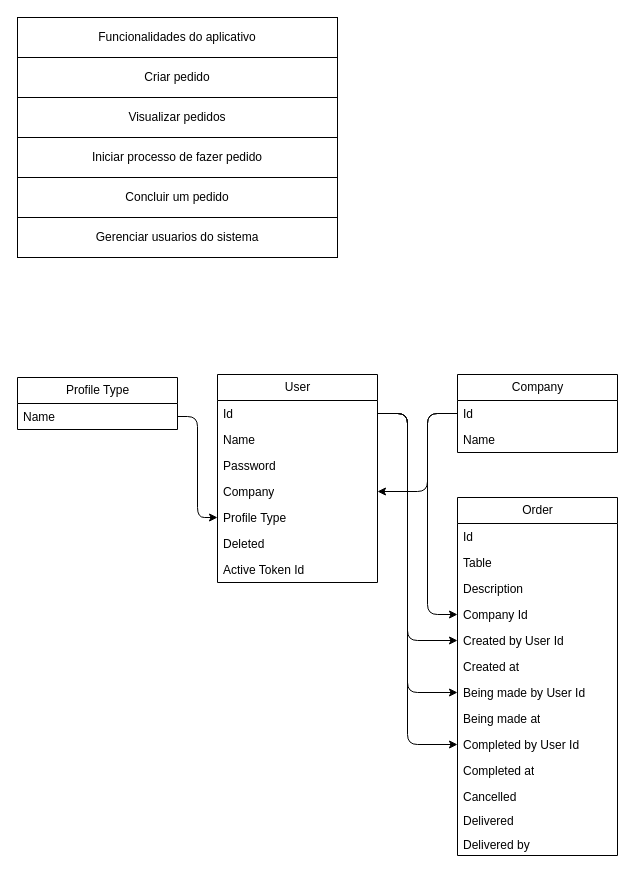
The draw.io diagram documentation.drawio in TakedaGalaxy/university-dm-order-manager, before the edit. Source tidied: cells renumbered, new cells numbered last; positions are measured from the earlier drawing's top-left corner, leaving out a move shared by most shapes. Both pictures are drawn from the tidied source at 100%, with x=0, y=0 at pixel (17, 17).
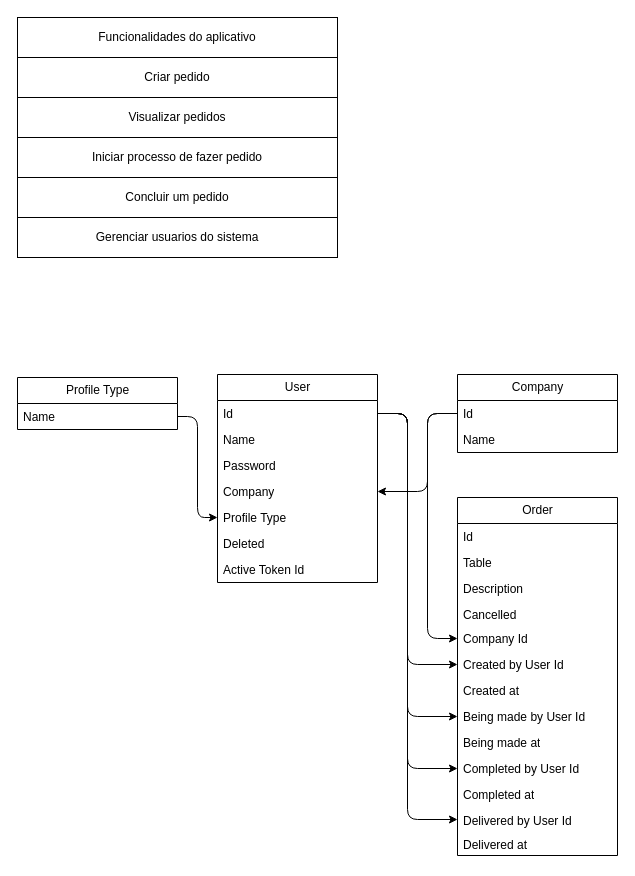
After the change.

Commit message (it also covers changes not shown here):
Adicionado esquema do banco de dados

The change refers to these unchanged cells:
```xml
<mxCell id="9" value="Id" style="text;strokeColor=none;fillColor=none;align=left;verticalAlign=top;spacingLeft=4;spacingRight=4;overflow=hidden;points=[[0,0.5],[1,0.5]];portConstraint=eastwest;whiteSpace=wrap;html=1;" parent="8" vertex="1">
  <mxGeometry y="26" width="160" height="26" as="geometry" />
</mxCell>
<mxCell id="16" value="Order" style="swimlane;fontStyle=0;horizontal=1;startSize=26;fillColor=none;html=1;" parent="1" vertex="1">
  <mxGeometry x="440" y="480" width="160" height="358" as="geometry" />
</mxCell>
<mxCell id="31" value="Id" style="text;strokeColor=none;fillColor=none;align=left;verticalAlign=top;spacingLeft=4;spacingRight=4;overflow=hidden;points=[[0,0.5],[1,0.5]];portConstraint=eastwest;whiteSpace=wrap;html=1;" parent="30" vertex="1">
  <mxGeometry y="26" width="160" height="26" as="geometry" />
</mxCell>
```

What changed in the source:
```diff
@@
+    <mxCell id="27" value="Cancelled" style="text;strokeColor=none;fillColor=none;align=left;verticalAlign=top;spacingLeft=4;spacingRight=4;overflow=hidden;whiteSpace=wrap;html=1;" parent="16" vertex="1">
+      <mxGeometry y="104" width="160" height="24" as="geometry" />
+    </mxCell>
     <mxCell id="20" value="Company Id" style="text;strokeColor=none;fillColor=none;align=left;verticalAlign=top;spacingLeft=4;spacingRight=4;overflow=hidden;points=[[0,0.5],[1,0.5]];portConstraint=eastwest;whiteSpace=wrap;html=1;" parent="16" vertex="1">
-      <mxGeometry y="104" width="160" height="26" as="geometry" />
+      <mxGeometry y="128" width="160" height="26" as="geometry" />
     </mxCell>
     <mxCell id="21" value="Created by User Id" style="text;strokeColor=none;fillColor=none;align=left;verticalAlign=top;spacingLeft=4;spacingRight=4;overflow=hidden;points=[[0,0.5],[1,0.5]];portConstraint=eastwest;whiteSpace=wrap;html=1;" parent="16" vertex="1">
-      <mxGeometry y="130" width="160" height="26" as="geometry" />
+      <mxGeometry y="154" width="160" height="26" as="geometry" />
     </mxCell>
     <mxCell id="22" value="Created at" style="text;strokeColor=none;fillColor=none;align=left;verticalAlign=top;spacingLeft=4;spacingRight=4;overflow=hidden;whiteSpace=wrap;html=1;" parent="16" vertex="1">
-      <mxGeometry y="156" width="160" height="26" as="geometry" />
+      <mxGeometry y="180" width="160" height="26" as="geometry" />
     </mxCell>
     <mxCell id="23" value="Being made by User Id" style="text;strokeColor=none;fillColor=none;align=left;verticalAlign=top;spacingLeft=4;spacingRight=4;overflow=hidden;points=[[0,0.5],[1,0.5]];portConstraint=eastwest;whiteSpace=wrap;html=1;" parent="16" vertex="1">
-      <mxGeometry y="182" width="160" height="26" as="geometry" />
+      <mxGeometry y="206" width="160" height="26" as="geometry" />
     </mxCell>
     <mxCell id="24" value="Being made at" style="text;strokeColor=none;fillColor=none;align=left;verticalAlign=top;spacingLeft=4;spacingRight=4;overflow=hidden;whiteSpace=wrap;html=1;" parent="16" vertex="1">
-      <mxGeometry y="208" width="160" height="26" as="geometry" />
+      <mxGeometry y="232" width="160" height="26" as="geometry" />
     </mxCell>
     <mxCell id="25" value="Completed by User Id" style="text;strokeColor=none;fillColor=none;align=left;verticalAlign=top;spacingLeft=4;spacingRight=4;overflow=hidden;points=[[0,0.5],[1,0.5]];portConstraint=eastwest;whiteSpace=wrap;html=1;" parent="16" vertex="1">
-      <mxGeometry y="234" width="160" height="26" as="geometry" />
+      <mxGeometry y="258" width="160" height="26" as="geometry" />
     </mxCell>
     <mxCell id="26" value="Completed at" style="text;strokeColor=none;fillColor=none;align=left;verticalAlign=top;spacingLeft=4;spacingRight=4;overflow=hidden;whiteSpace=wrap;html=1;" parent="16" vertex="1">
-      <mxGeometry y="260" width="160" height="26" as="geometry" />
+      <mxGeometry y="284" width="160" height="26" as="geometry" />
     </mxCell>
-    <mxCell id="27" value="Cancelled" style="text;strokeColor=none;fillColor=none;align=left;verticalAlign=top;spacingLeft=4;spacingRight=4;overflow=hidden;whiteSpace=wrap;html=1;" parent="16" vertex="1">
-      <mxGeometry y="286" width="160" height="24" as="geometry" />
-    </mxCell>
+    <mxCell id="29" value="Delivered by User Id" style="text;strokeColor=none;fillColor=none;align=left;verticalAlign=top;spacingLeft=4;spacingRight=4;overflow=hidden;points=[[0,0.5],[1,0.5]];portConstraint=eastwest;whiteSpace=wrap;html=1;" parent="16" vertex="1">
+      <mxGeometry y="310" width="160" height="24" as="geometry" />
+    </mxCell>
-    <mxCell id="28" value="Delivered" style="text;strokeColor=none;fillColor=none;align=left;verticalAlign=top;spacingLeft=4;spacingRight=4;overflow=hidden;whiteSpace=wrap;html=1;" parent="16" vertex="1">
-      <mxGeometry y="310" width="160" height="24" as="geometry" />
+    <mxCell id="28" value="Delivered at" style="text;strokeColor=none;fillColor=none;align=left;verticalAlign=top;spacingLeft=4;spacingRight=4;overflow=hidden;whiteSpace=wrap;html=1;" parent="16" vertex="1">
+      <mxGeometry y="334" width="160" height="24" as="geometry" />
     </mxCell>
-    <mxCell id="29" value="Delivered by" style="text;strokeColor=none;fillColor=none;align=left;verticalAlign=top;spacingLeft=4;spacingRight=4;overflow=hidden;points=[[0,0.5],[1,0.5]];portConstraint=eastwest;whiteSpace=wrap;html=1;" parent="16" vertex="1">
-      <mxGeometry y="334" width="160" height="24" as="geometry" />
-    </mxCell>
@@
     <mxCell id="37" style="edgeStyle=orthogonalEdgeStyle;html=1;entryX=0;entryY=0.5;entryDx=0;entryDy=0;" parent="1" edge="1" source="9" target="21">
       <mxGeometry relative="1" as="geometry">
         <Array as="points">
           <mxPoint x="390" y="396" />
-          <mxPoint x="390" y="623" />
+          <mxPoint x="390" y="647" />
         </Array>
       </mxGeometry>
     </mxCell>
     <mxCell id="38" style="edgeStyle=orthogonalEdgeStyle;html=1;entryX=0;entryY=0.5;entryDx=0;entryDy=0;" parent="1" edge="1" source="31" target="20">
       <mxGeometry relative="1" as="geometry">
         <Array as="points">
           <mxPoint x="410" y="396" />
-          <mxPoint x="410" y="597" />
+          <mxPoint x="410" y="621" />
         </Array>
       </mxGeometry>
     </mxCell>
     <mxCell id="39" style="edgeStyle=orthogonalEdgeStyle;html=1;entryX=0;entryY=0.5;entryDx=0;entryDy=0;" parent="1" edge="1" source="9" target="23">
       <mxGeometry relative="1" as="geometry">
         <Array as="points">
           <mxPoint x="390" y="396" />
-          <mxPoint x="390" y="675" />
+          <mxPoint x="390" y="699" />
         </Array>
       </mxGeometry>
     </mxCell>
-    <mxCell id="40" style="edgeStyle=orthogonalEdgeStyle;html=1;exitX=1;exitY=0.5;exitDx=0;exitDy=0;entryX=0;entryY=0.5;entryDx=0;entryDy=0;" parent="1" edge="1" source="9" target="25">
+    <mxCell id="40" style="edgeStyle=orthogonalEdgeStyle;html=1;exitX=1;exitY=0.5;exitDx=0;exitDy=0;entryX=0;entryY=0.5;entryDx=0;entryDy=0;" parent="1" edge="1" source="9" target="29">
       <mxGeometry relative="1" as="geometry">
         <Array as="points">
           <mxPoint x="390" y="396" />
-          <mxPoint x="390" y="727" />
+          <mxPoint x="390" y="802" />
         </Array>
       </mxGeometry>
     </mxCell>
+    <mxCell id="41" style="edgeStyle=orthogonalEdgeStyle;html=1;exitX=1;exitY=0.5;exitDx=0;exitDy=0;entryX=0;entryY=0.5;entryDx=0;entryDy=0;" parent="1" edge="1" source="9" target="25">
+      <mxGeometry relative="1" as="geometry">
+        <Array as="points">
+          <mxPoint x="390" y="396" />
+          <mxPoint x="390" y="751" />
+        </Array>
+      </mxGeometry>
+    </mxCell>
```
